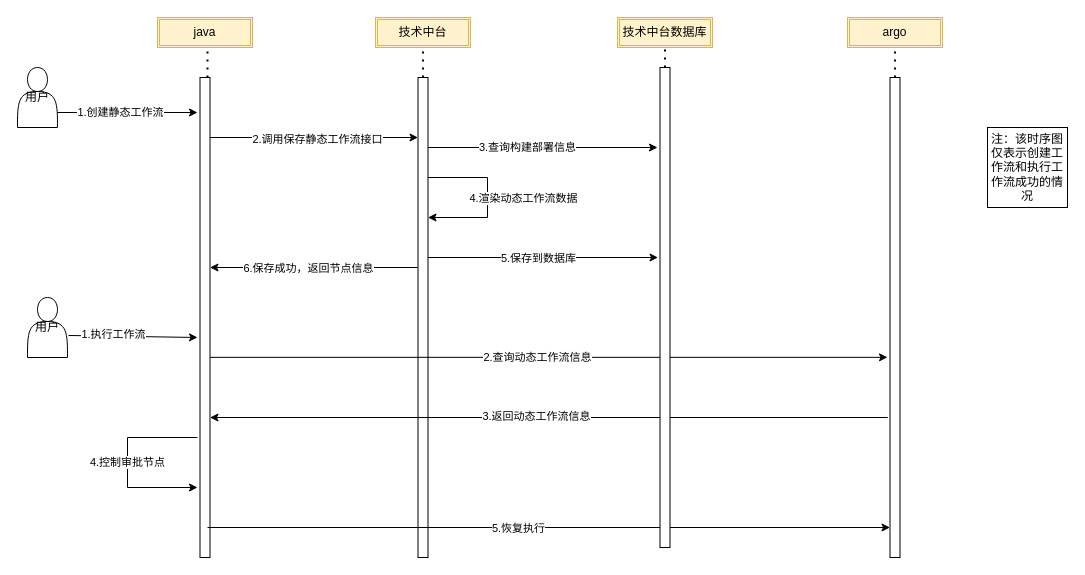
This is Untitled Diagram.drawio from mouuii/hello_world, a draw.io file, before an edit. Source tidied: cells renumbered, new cells numbered last; positions are measured from the earlier drawing's top-left corner, leaving out a move shared by most shapes. Both pictures are drawn from the tidied source at 100%, with x=0, y=0 at pixel (17, 17).
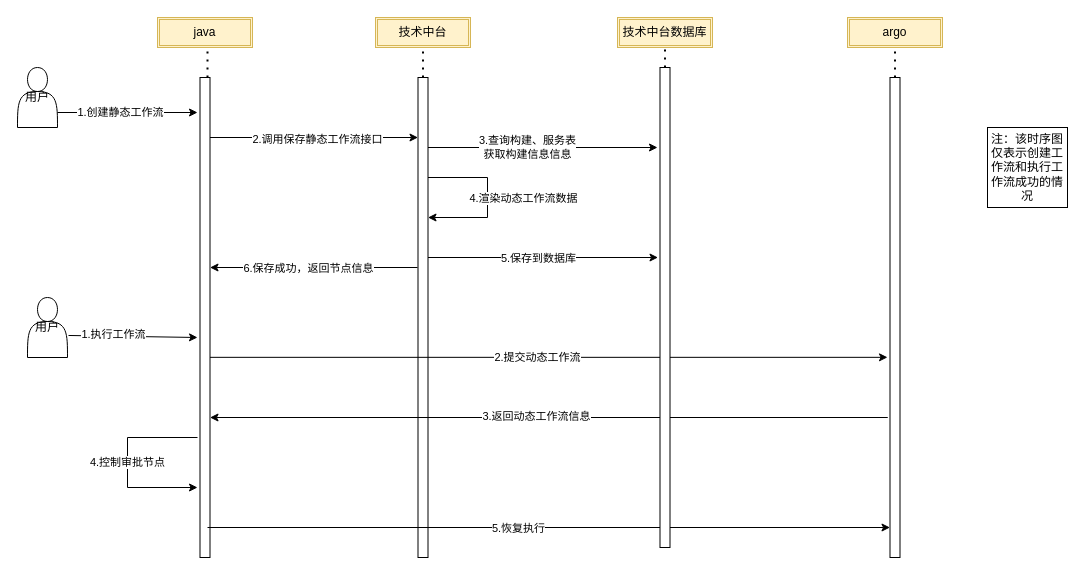
After the change.

Unchanged cells that the change refers to:
```xml
<mxCell id="22" style="endArrow=classic;html=1;rounded=0;entryX=-0.25;entryY=0.583;entryDx=0;entryDy=0;entryPerimeter=0;" parent="1" edge="1" source="7" target="3">
  <mxGeometry relative="1" as="geometry" />
</mxCell>
<mxCell id="36" style="endArrow=classic;html=1;rounded=0;" parent="1" edge="1" source="2">
  <mxGeometry relative="1" as="geometry">
    <mxPoint x="640" y="130" as="targetPoint" />
  </mxGeometry>
</mxCell>
```

The edit, as a diff of the source:
```diff
@@
-    <mxCell id="23" value="2.查询动态工作流信息" style="edgeLabel;html=1;align=center;verticalAlign=middle;" parent="22" vertex="1">
+    <mxCell id="23" value="2.提交动态工作流" style="edgeLabel;html=1;align=center;verticalAlign=middle;" parent="22" vertex="1">
       <mxGeometry x="-0.28" y="1" relative="1" as="geometry">
         <mxPoint x="83" y="1" as="offset" />
       </mxGeometry>
     </mxCell>
@@
-    <mxCell id="37" value="3.查询构建部署信息" style="edgeLabel;html=1;align=center;verticalAlign=middle;" parent="36" vertex="1">
+    <mxCell id="37" value="3.查询构建、服务表&lt;br&gt;获取构建信息信息" style="edgeLabel;html=1;align=center;verticalAlign=middle;" parent="36" vertex="1">
       <mxGeometry x="-0.14" y="1" relative="1" as="geometry" />
     </mxCell>
```
